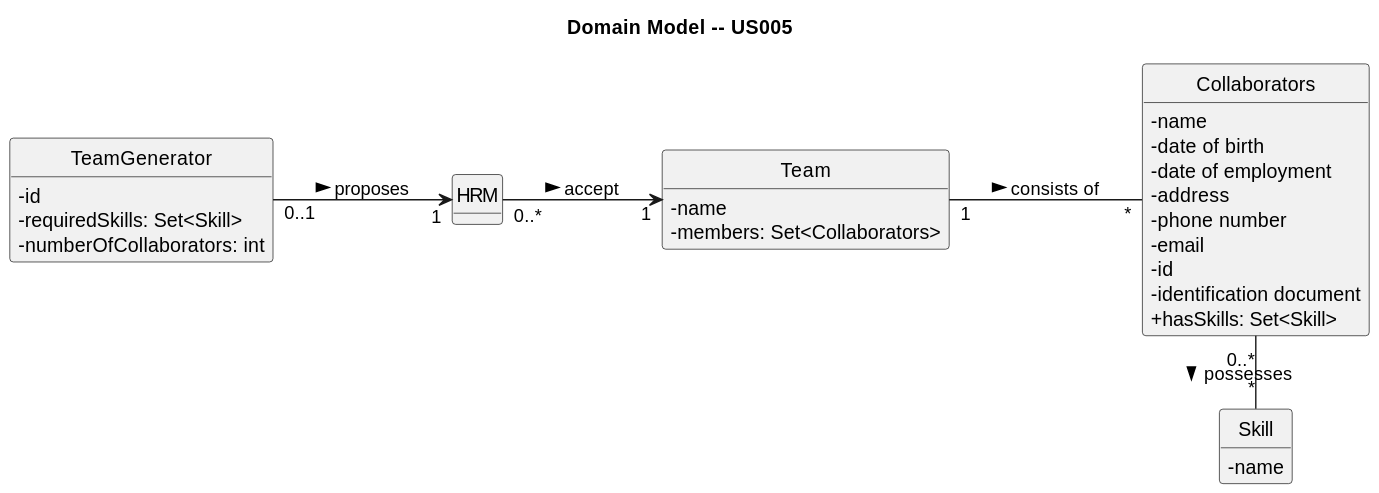
This is docs/sprintA/us005/02.analysis/svg/us005-domain-model.svg from ricardomm7/leaflink, a PlantUML export, as it was before one commit.
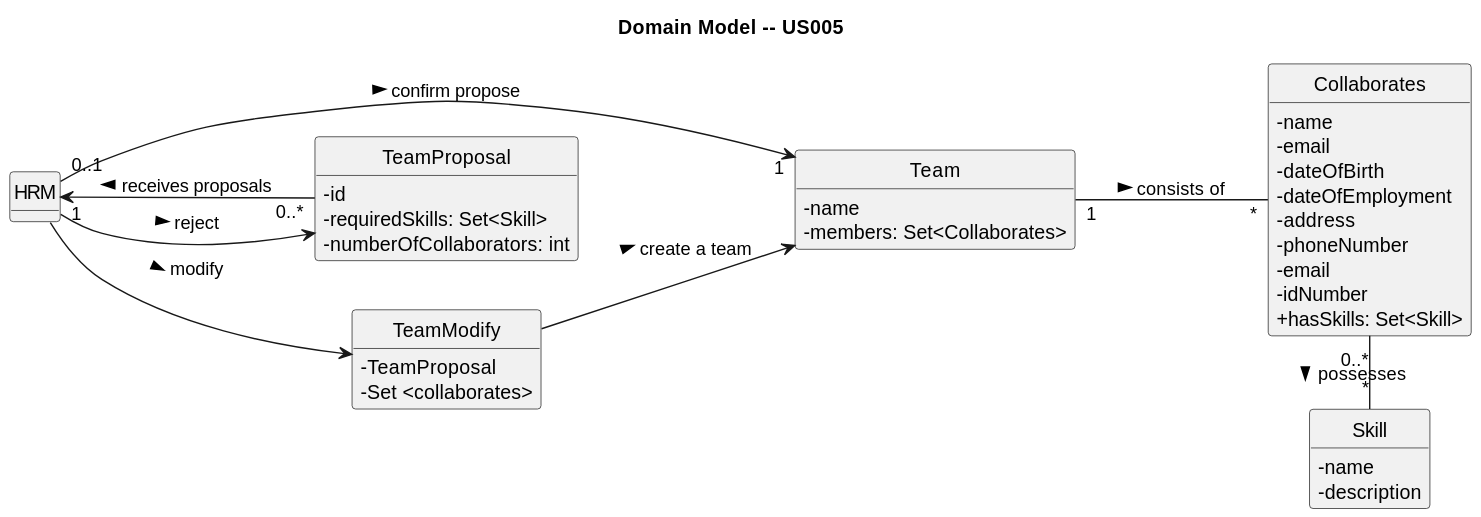
The same diagram one commit later.

What changed in the source:
```diff
@@ -14,37 +14,44 @@
 
 class Skill {
   - name
-  - description (optional)
+  - description
 }
 
-class Collaborators {
+class Collaborates {
   - name
-  - date of birth
-  - date of employment
+  - email
+  - dateOfBirth
+  - dateOfEmployment
   - address
-  - phone number
+  - phoneNumber
   - email
-  - id
-  - identification document
+  - idNumber
   + hasSkills: Set<Skill>
 }
-class HRM{
-}
+
 class Team {
   - name
-  - members: Set<Collaborators>
+  - members: Set<Collaborates>
 }
 
-class TeamGenerator {
+class TeamProposal {
   - id
   - requiredSkills: Set<Skill>
   - numberOfCollaborators: int
   - suggestedTeam: Team (optional)
-  + generateTeam(skills: Set<Skill>, numberOfCollaborators: int): TeamGenerator
+  + generateTeam(skills: Set<Skill>, numberOfCollaborators: int): TeamProposal
+}
+class TeamModify{
+  - TeamProposal
+  - Set <collaborates>
 }
 
-Collaborators "0..*" -"*" Skill: possesses >
-Team "1" -- "*" Collaborators: consists of >
-TeamGenerator "0..1" --> "1" HRM: proposes >
-HRM"0..*"-->"1" Team: accept >
+Collaborates "0..*" -"*" Skill: possesses >
+Team "1" -- "*" Collaborates: consists of >
+HRM "0..1" --> "1" Team: confirm propose >
+
+HRM "1" <-- "0..*" TeamProposal : receives proposals <
+HRM --> TeamProposal: reject >
+HRM --> TeamModify:  modify >
+TeamModify --> Team: create a team >
 @enduml
```
